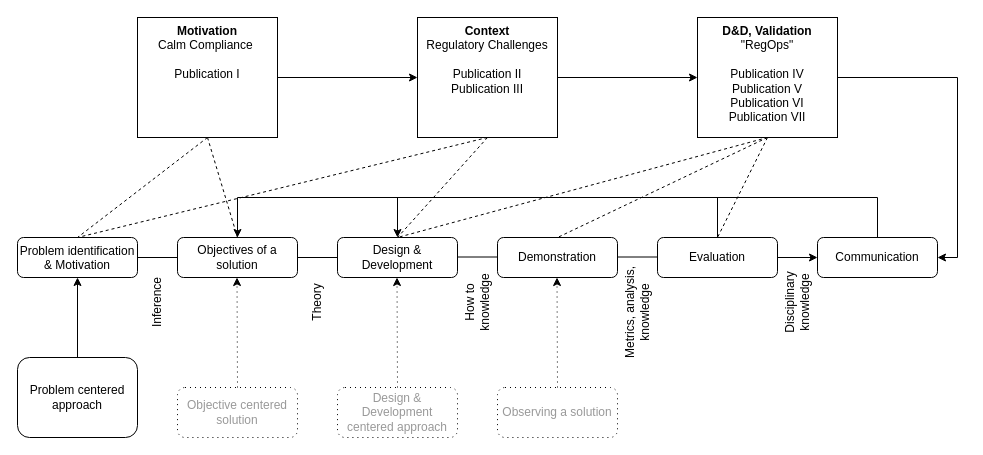
Before: dsrp_for_thesis_research.drawio in devgranlund/idea-settings, a draw.io diagram. Source tidied: cells renumbered, new cells numbered last; positions are measured from the earlier drawing's top-left corner, leaving out a move shared by most shapes. Both pictures are drawn from the tidied source at 100%, with x=0, y=0 at pixel (17, 17).
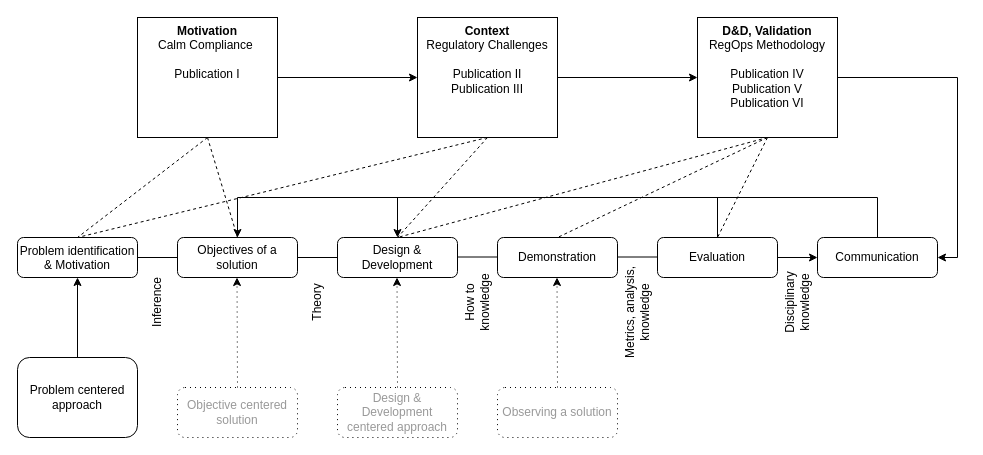
The same page after the edit.

The edit, as a diff of the source:
```diff
@@
-    <mxCell id="43" value="&lt;b&gt;D&amp;amp;D, Validation&lt;/b&gt;&lt;br&gt;&quot;RegOps&quot;&lt;br&gt;&lt;br&gt;Publication IV&lt;br&gt;Publication V&lt;br&gt;Publication VI&lt;br&gt;Publication VII" style="rounded=0;whiteSpace=wrap;html=1;verticalAlign=top;" parent="1" vertex="1">
+    <mxCell id="43" value="&lt;b&gt;D&amp;amp;D, Validation&lt;/b&gt;&lt;br&gt;RegOps Methodology&lt;br&gt;&lt;br&gt;Publication IV&lt;br&gt;Publication V&lt;br&gt;Publication VI" style="rounded=0;whiteSpace=wrap;html=1;verticalAlign=top;" parent="1" vertex="1">
       <mxGeometry x="680" width="140" height="120" as="geometry" />
     </mxCell>
```
